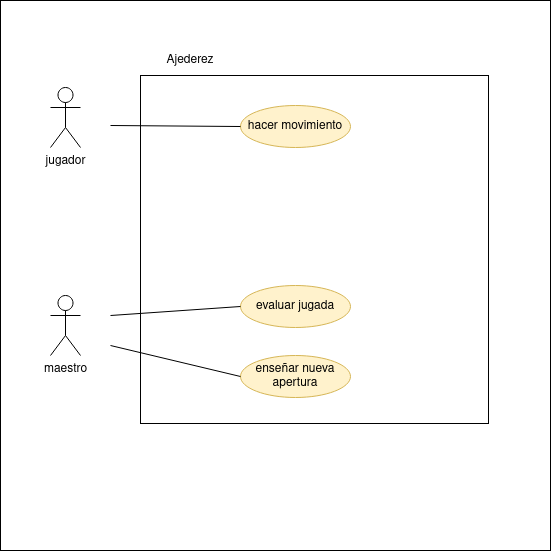
Before: diagramas-cu/tarea2/tarea2cu.png, a diagram exported from draw.io (javigh193/ets). Source tidied: cells renumbered, new cells last; positions are measured from the earlier drawing's top-left corner, leaving out a move shared by most shapes.
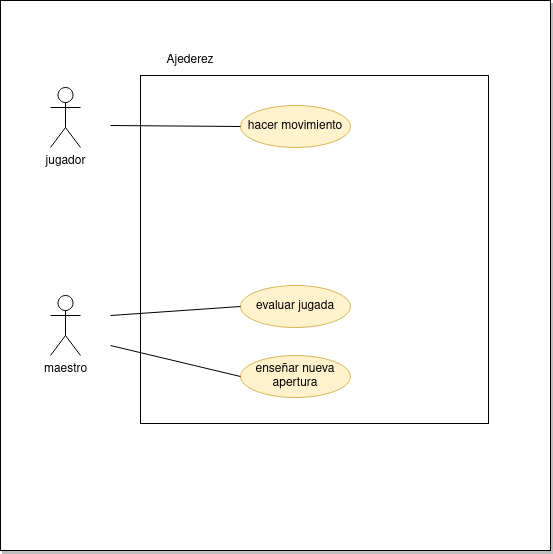
The same diagram one commit later.

Diff of the diagram source:
```diff
@@ -2,7 +2,7 @@
   <root>
     <mxCell id="0" />
     <mxCell id="1" parent="0" />
-    <mxCell id="2" style="whiteSpace=wrap;html=1;fillColor=#FFFFFF;fillStyle=solid;" parent="1" vertex="1">
+    <mxCell id="2" style="whiteSpace=wrap;html=1;fillColor=#FFFFFF;fillStyle=solid;shadow=1;" parent="1" vertex="1">
       <mxGeometry width="550" height="550" as="geometry" />
     </mxCell>
     <mxCell id="3" value="jugador" style="shape=umlActor;verticalLabelPosition=bottom;verticalAlign=top;html=1;" parent="1" vertex="1">
```
